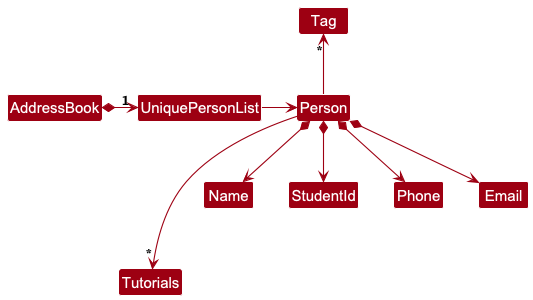
Earlier version of the PlantUML export docs/images/BetterModelClassDiagram.png (nus-cs2103-AY2425S1/tp).
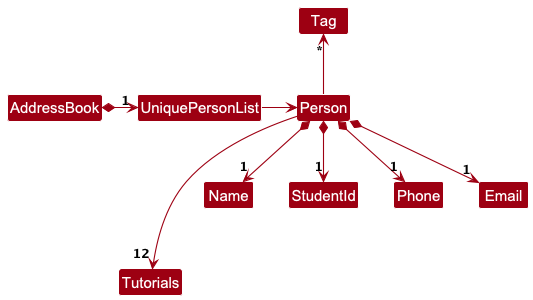
The same diagram one commit later.

Commit message:
Standardise multiplicity of Tutorial class in DG

What changed in the source:
```diff
@@ -10,9 +10,9 @@
 
 Person -up-> "*" Tag
 
-Person ---> "*" Tutorials
-Person *--> Name
-Person *--> StudentId
-Person *--> Phone
-Person *--> Email
+Person ---> "12" Tutorials
+Person *--> "1" Name
+Person *--> "1" StudentId
+Person *--> "1" Phone
+Person *--> "1" Email
 @enduml
```
